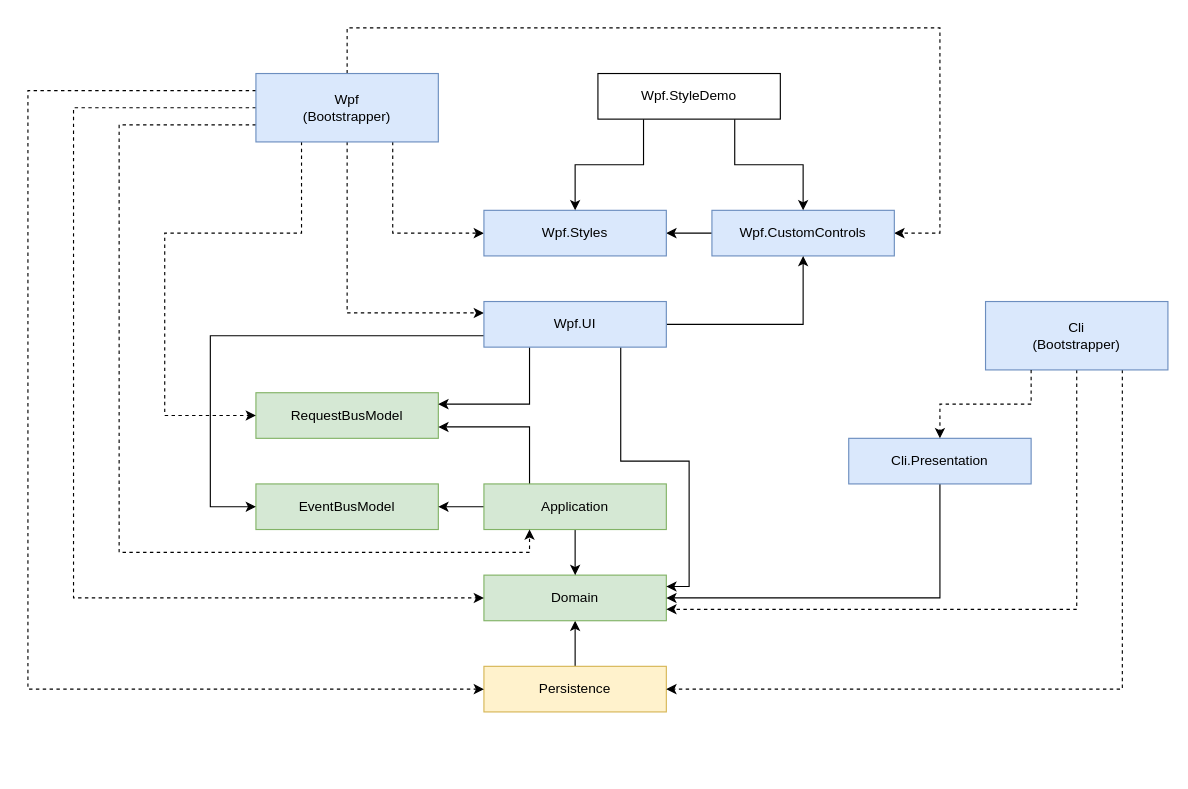
This is doc/architecture.drawio from lastunicorn/MedicX, a draw.io file, before an edit. Source tidied: cells renumbered, new cells numbered last; positions are measured from the earlier drawing's top-left corner, leaving out a move shared by most shapes. Both pictures are drawn from the tidied source at 114%, with x=0, y=0 at pixel (27, 27).
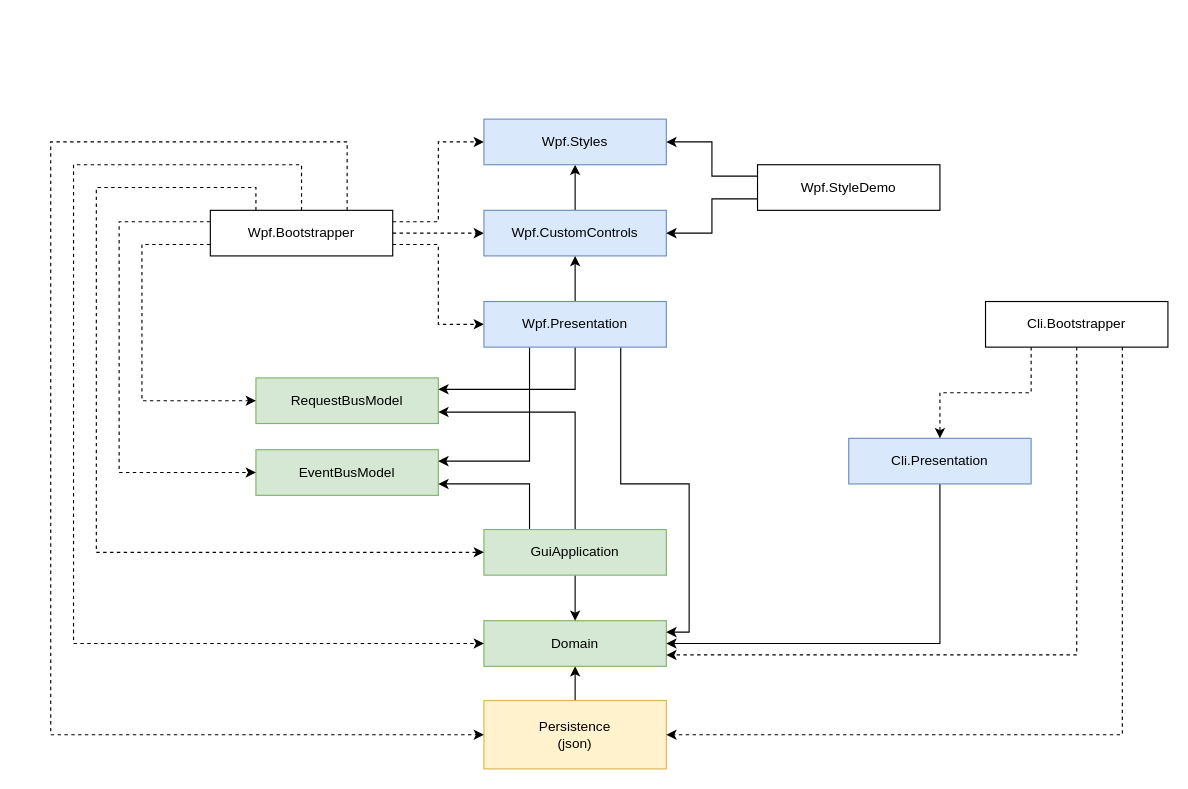
The same diagram, later.

The edit, as a diff of the source:
```diff
@@
-    <mxCell id="3" value="Persistence" style="rounded=0;whiteSpace=wrap;html=1;fillColor=#fff2cc;strokeColor=#d6b656;" parent="1" vertex="1">
-      <mxGeometry x="400" y="560" width="160" height="40" as="geometry" />
+    <mxCell id="3" value="Persistence&lt;br&gt;(json)" style="rounded=0;whiteSpace=wrap;html=1;fillColor=#fff2cc;strokeColor=#d6b656;" parent="1" vertex="1">
+      <mxGeometry x="400" y="590" width="160" height="60" as="geometry" />
     </mxCell>
     <mxCell id="4" value="Domain" style="rounded=0;whiteSpace=wrap;html=1;fillColor=#d5e8d4;strokeColor=#82b366;" parent="1" vertex="1">
-      <mxGeometry x="400" y="480" width="160" height="40" as="geometry" />
+      <mxGeometry x="400" y="520" width="160" height="40" as="geometry" />
     </mxCell>
     <mxCell id="5" value="EventBusModel" style="rounded=0;whiteSpace=wrap;html=1;fillColor=#d5e8d4;strokeColor=#82b366;" parent="1" vertex="1">
-      <mxGeometry x="200" y="400" width="160" height="40" as="geometry" />
+      <mxGeometry x="200" y="370" width="160" height="40" as="geometry" />
     </mxCell>
     <mxCell id="6" value="RequestBusModel" style="rounded=0;whiteSpace=wrap;html=1;fillColor=#d5e8d4;strokeColor=#82b366;" parent="1" vertex="1">
-      <mxGeometry x="200" y="320" width="160" height="40" as="geometry" />
+      <mxGeometry x="200" y="307" width="160" height="40" as="geometry" />
     </mxCell>
@@
-    <mxCell id="8" style="edgeStyle=orthogonalEdgeStyle;rounded=0;jettySize=auto;html=1;exitX=0.25;exitY=0;exitDx=0;exitDy=0;entryX=1;entryY=0.75;entryDx=0;entryDy=0;" parent="1" edge="1" source="10" target="6">
+    <mxCell id="8" style="edgeStyle=orthogonalEdgeStyle;rounded=0;jettySize=auto;html=1;exitX=0.5;exitY=0;exitDx=0;exitDy=0;entryX=1;entryY=0.75;entryDx=0;entryDy=0;" parent="1" edge="1" source="10" target="6">
       <mxGeometry relative="1" as="geometry" />
     </mxCell>
-    <mxCell id="9" style="edgeStyle=orthogonalEdgeStyle;rounded=0;jettySize=auto;html=1;exitX=0;exitY=0.5;exitDx=0;exitDy=0;entryX=1;entryY=0.5;entryDx=0;entryDy=0;" parent="1" edge="1" source="10" target="5">
+    <mxCell id="9" style="edgeStyle=orthogonalEdgeStyle;rounded=0;jettySize=auto;html=1;exitX=0.25;exitY=0;exitDx=0;exitDy=0;entryX=1;entryY=0.75;entryDx=0;entryDy=0;" parent="1" edge="1" source="10" target="5">
       <mxGeometry relative="1" as="geometry" />
     </mxCell>
-    <mxCell id="10" value="Application" style="rounded=0;whiteSpace=wrap;html=1;fillColor=#d5e8d4;strokeColor=#82b366;" parent="1" vertex="1">
-      <mxGeometry x="400" y="400" width="160" height="40" as="geometry" />
+    <mxCell id="10" value="GuiApplication" style="rounded=0;whiteSpace=wrap;html=1;fillColor=#d5e8d4;strokeColor=#82b366;" parent="1" vertex="1">
+      <mxGeometry x="400" y="440" width="160" height="40" as="geometry" />
     </mxCell>
@@
-    <mxCell id="13" value="Cli&lt;br&gt;(Bootstrapper)" style="rounded=0;whiteSpace=wrap;html=1;fillColor=#dae8fc;strokeColor=#6c8ebf;" parent="1" vertex="1">
-      <mxGeometry x="840" y="240" width="160" height="60" as="geometry" />
+    <mxCell id="13" value="Cli.Bootstrapper" style="rounded=0;whiteSpace=wrap;html=1;" parent="1" vertex="1">
+      <mxGeometry x="840" y="240" width="160" height="40" as="geometry" />
     </mxCell>
-    <mxCell id="14" style="edgeStyle=orthogonalEdgeStyle;rounded=0;jettySize=auto;html=1;exitX=0;exitY=0.75;exitDx=0;exitDy=0;entryX=0.25;entryY=1;entryDx=0;entryDy=0;dashed=1;" parent="1" edge="1" source="21" target="10">
+    <mxCell id="14" style="edgeStyle=orthogonalEdgeStyle;rounded=0;jettySize=auto;html=1;exitX=0.25;exitY=0;exitDx=0;exitDy=0;entryX=0;entryY=0.5;entryDx=0;entryDy=0;dashed=1;" parent="1" edge="1" source="21" target="10">
       <mxGeometry relative="1" as="geometry">
         <Array as="points">
-          <mxPoint x="80" y="85" />
-          <mxPoint x="80" y="460" />
-          <mxPoint x="440" y="460" />
+          <mxPoint x="200" y="140" />
+          <mxPoint x="60" y="140" />
+          <mxPoint x="60" y="460" />
         </Array>
       </mxGeometry>
     </mxCell>
-    <mxCell id="15" style="edgeStyle=orthogonalEdgeStyle;rounded=0;jettySize=auto;html=1;exitX=0;exitY=0.5;exitDx=0;exitDy=0;entryX=0;entryY=0.5;entryDx=0;entryDy=0;dashed=1;" parent="1" edge="1" source="21" target="4">
+    <mxCell id="15" style="edgeStyle=orthogonalEdgeStyle;rounded=0;jettySize=auto;html=1;exitX=0.5;exitY=0;exitDx=0;exitDy=0;entryX=0;entryY=0.5;entryDx=0;entryDy=0;dashed=1;" parent="1" edge="1" source="21" target="4">
       <mxGeometry relative="1" as="geometry">
         <Array as="points">
-          <mxPoint x="40" y="70" />
-          <mxPoint x="40" y="500" />
+          <mxPoint x="240" y="120" />
+          <mxPoint x="40" y="120" />
+          <mxPoint x="40" y="540" />
         </Array>
       </mxGeometry>
     </mxCell>
-    <mxCell id="16" style="edgeStyle=orthogonalEdgeStyle;rounded=0;jettySize=auto;html=1;exitX=0;exitY=0.25;exitDx=0;exitDy=0;entryX=0;entryY=0.5;entryDx=0;entryDy=0;dashed=1;" parent="1" edge="1" source="21" target="3">
+    <mxCell id="16" style="edgeStyle=orthogonalEdgeStyle;rounded=0;jettySize=auto;html=1;entryX=0;entryY=0.5;entryDx=0;entryDy=0;dashed=1;exitX=0.75;exitY=0;exitDx=0;exitDy=0;" parent="1" edge="1" source="21" target="3">
       <mxGeometry relative="1" as="geometry">
         <Array as="points">
-          <mxPoint y="55" />
-          <mxPoint y="580" />
+          <mxPoint x="280" y="100" />
+          <mxPoint x="20" y="100" />
+          <mxPoint x="20" y="620" />
         </Array>
       </mxGeometry>
     </mxCell>
-    <mxCell id="17" style="edgeStyle=orthogonalEdgeStyle;rounded=0;jettySize=auto;html=1;exitX=0.25;exitY=1;exitDx=0;exitDy=0;entryX=0;entryY=0.5;entryDx=0;entryDy=0;dashed=1;" parent="1" edge="1" source="21" target="6">
+    <mxCell id="17" style="edgeStyle=orthogonalEdgeStyle;rounded=0;jettySize=auto;html=1;exitX=0;exitY=0.75;exitDx=0;exitDy=0;entryX=0;entryY=0.5;entryDx=0;entryDy=0;dashed=1;" parent="1" edge="1" source="21" target="6">
       <mxGeometry relative="1" as="geometry">
         <Array as="points">
-          <mxPoint x="240" y="180" />
-          <mxPoint x="120" y="180" />
-          <mxPoint x="120" y="340" />
+          <mxPoint x="100" y="190" />
+          <mxPoint x="100" y="327" />
         </Array>
       </mxGeometry>
     </mxCell>
-    <mxCell id="18" style="edgeStyle=orthogonalEdgeStyle;rounded=0;jettySize=auto;html=1;exitX=0.5;exitY=0;exitDx=0;exitDy=0;entryX=1;entryY=0.5;entryDx=0;entryDy=0;dashed=1;" parent="1" edge="1" source="21" target="23">
+    <mxCell id="18" style="edgeStyle=orthogonalEdgeStyle;rounded=0;jettySize=auto;html=1;exitX=1;exitY=0.5;exitDx=0;exitDy=0;entryX=0;entryY=0.5;entryDx=0;entryDy=0;dashed=1;" parent="1" edge="1" source="21" target="23">
       <mxGeometry relative="1" as="geometry">
         <Array as="points">
-          <mxPoint x="280" />
-          <mxPoint x="800" />
-          <mxPoint x="800" y="180" />
+          <mxPoint x="340" y="180" />
+          <mxPoint x="340" y="180" />
         </Array>
       </mxGeometry>
     </mxCell>
-    <mxCell id="19" style="edgeStyle=orthogonalEdgeStyle;rounded=0;jettySize=auto;html=1;exitX=0.75;exitY=1;exitDx=0;exitDy=0;entryX=0;entryY=0.5;entryDx=0;entryDy=0;dashed=1;" parent="1" edge="1" source="21" target="24">
+    <mxCell id="19" style="edgeStyle=orthogonalEdgeStyle;rounded=0;jettySize=auto;html=1;exitX=1;exitY=0.25;exitDx=0;exitDy=0;entryX=0;entryY=0.5;entryDx=0;entryDy=0;dashed=1;" parent="1" edge="1" source="21" target="24">
       <mxGeometry relative="1" as="geometry" />
     </mxCell>
-    <mxCell id="20" style="edgeStyle=orthogonalEdgeStyle;rounded=0;jettySize=auto;html=1;exitX=0.5;exitY=1;exitDx=0;exitDy=0;entryX=0;entryY=0.25;entryDx=0;entryDy=0;dashed=1;" parent="1" edge="1" source="21" target="29">
-      <mxGeometry relative="1" as="geometry" />
+    <mxCell id="20" style="edgeStyle=orthogonalEdgeStyle;rounded=0;jettySize=auto;html=1;exitX=1;exitY=0.75;exitDx=0;exitDy=0;entryX=0;entryY=0.5;entryDx=0;entryDy=0;dashed=1;" parent="1" edge="1" source="21" target="29">
+      <mxGeometry relative="1" as="geometry">
+        <Array as="points">
+          <mxPoint x="360" y="190" />
+          <mxPoint x="360" y="260" />
+        </Array>
+      </mxGeometry>
     </mxCell>
+    <mxCell id="36" style="edgeStyle=orthogonalEdgeStyle;rounded=0;jettySize=auto;html=1;exitX=0;exitY=0.25;exitDx=0;exitDy=0;entryX=0;entryY=0.5;entryDx=0;entryDy=0;dashed=1;" parent="1" edge="1" source="21" target="5">
+      <mxGeometry relative="1" as="geometry">
+        <Array as="points">
+          <mxPoint x="80" y="170" />
+          <mxPoint x="80" y="390" />
+        </Array>
+      </mxGeometry>
+    </mxCell>
-    <mxCell id="21" value="Wpf&lt;br&gt;(Bootstrapper)" style="rounded=0;whiteSpace=wrap;html=1;fillColor=#dae8fc;strokeColor=#6c8ebf;" parent="1" vertex="1">
-      <mxGeometry x="200" y="40" width="160" height="60" as="geometry" />
+    <mxCell id="21" value="Wpf.Bootstrapper" style="rounded=0;whiteSpace=wrap;html=1;" parent="1" vertex="1">
+      <mxGeometry x="160" y="160" width="160" height="40" as="geometry" />
     </mxCell>
-    <mxCell id="22" style="edgeStyle=orthogonalEdgeStyle;rounded=0;jettySize=auto;html=1;exitX=0;exitY=0.5;exitDx=0;exitDy=0;entryX=1;entryY=0.5;entryDx=0;entryDy=0;" parent="1" edge="1" source="23" target="24">
+    <mxCell id="22" style="edgeStyle=orthogonalEdgeStyle;rounded=0;jettySize=auto;html=1;exitX=0.5;exitY=0;exitDx=0;exitDy=0;entryX=0.5;entryY=1;entryDx=0;entryDy=0;" parent="1" edge="1" source="23" target="24">
       <mxGeometry relative="1" as="geometry" />
     </mxCell>
     <mxCell id="23" value="Wpf.CustomControls" style="rounded=0;whiteSpace=wrap;html=1;fillColor=#dae8fc;strokeColor=#6c8ebf;" parent="1" vertex="1">
-      <mxGeometry x="600" y="160" width="160" height="40" as="geometry" />
+      <mxGeometry x="400" y="160" width="160" height="40" as="geometry" />
     </mxCell>
     <mxCell id="24" value="Wpf.Styles" style="rounded=0;whiteSpace=wrap;html=1;fillColor=#dae8fc;strokeColor=#6c8ebf;" parent="1" vertex="1">
-      <mxGeometry x="400" y="160" width="160" height="40" as="geometry" />
+      <mxGeometry x="400" y="80" width="160" height="40" as="geometry" />
     </mxCell>
-    <mxCell id="25" style="edgeStyle=orthogonalEdgeStyle;rounded=0;jettySize=auto;html=1;entryX=0;entryY=0.5;entryDx=0;entryDy=0;exitX=0;exitY=0.75;exitDx=0;exitDy=0;" parent="1" edge="1" source="29" target="5">
-      <mxGeometry relative="1" as="geometry">
-        <Array as="points">
-          <mxPoint x="160" y="270" />
-          <mxPoint x="160" y="420" />
-        </Array>
-      </mxGeometry>
+    <mxCell id="25" style="edgeStyle=orthogonalEdgeStyle;rounded=0;jettySize=auto;html=1;exitX=0.25;exitY=1;exitDx=0;exitDy=0;entryX=1;entryY=0.25;entryDx=0;entryDy=0;" parent="1" edge="1" source="29" target="5">
+      <mxGeometry relative="1" as="geometry" />
     </mxCell>
-    <mxCell id="26" style="edgeStyle=orthogonalEdgeStyle;rounded=0;jettySize=auto;html=1;exitX=0.25;exitY=1;exitDx=0;exitDy=0;entryX=1;entryY=0.25;entryDx=0;entryDy=0;" parent="1" edge="1" source="29" target="6">
+    <mxCell id="26" style="edgeStyle=orthogonalEdgeStyle;rounded=0;jettySize=auto;html=1;exitX=0.5;exitY=1;exitDx=0;exitDy=0;entryX=1;entryY=0.25;entryDx=0;entryDy=0;" parent="1" edge="1" source="29" target="6">
       <mxGeometry relative="1" as="geometry" />
     </mxCell>
@@
-    <mxCell id="28" style="edgeStyle=orthogonalEdgeStyle;rounded=0;jettySize=auto;html=1;exitX=1;exitY=0.5;exitDx=0;exitDy=0;entryX=0.5;entryY=1;entryDx=0;entryDy=0;" parent="1" edge="1" source="29" target="23">
+    <mxCell id="28" style="edgeStyle=orthogonalEdgeStyle;rounded=0;jettySize=auto;html=1;exitX=0.5;exitY=0;exitDx=0;exitDy=0;entryX=0.5;entryY=1;entryDx=0;entryDy=0;" parent="1" edge="1" source="29" target="23">
       <mxGeometry relative="1" as="geometry" />
     </mxCell>
-    <mxCell id="29" value="Wpf.UI" style="rounded=0;whiteSpace=wrap;html=1;fillColor=#dae8fc;strokeColor=#6c8ebf;" parent="1" vertex="1">
+    <mxCell id="29" value="Wpf.Presentation" style="rounded=0;whiteSpace=wrap;html=1;fillColor=#dae8fc;strokeColor=#6c8ebf;" parent="1" vertex="1">
       <mxGeometry x="400" y="240" width="160" height="40" as="geometry" />
     </mxCell>
-    <mxCell id="30" style="edgeStyle=orthogonalEdgeStyle;rounded=0;jettySize=auto;html=1;exitX=0.75;exitY=1;exitDx=0;exitDy=0;" parent="1" edge="1" source="32" target="23">
+    <mxCell id="30" style="edgeStyle=orthogonalEdgeStyle;rounded=0;jettySize=auto;html=1;exitX=0;exitY=0.75;exitDx=0;exitDy=0;entryX=1;entryY=0.5;entryDx=0;entryDy=0;" parent="1" edge="1" source="32" target="23">
       <mxGeometry relative="1" as="geometry" />
     </mxCell>
-    <mxCell id="31" style="edgeStyle=orthogonalEdgeStyle;rounded=0;jettySize=auto;html=1;exitX=0.25;exitY=1;exitDx=0;exitDy=0;entryX=0.5;entryY=0;entryDx=0;entryDy=0;" parent="1" edge="1" source="32" target="24">
+    <mxCell id="31" style="edgeStyle=orthogonalEdgeStyle;rounded=0;jettySize=auto;html=1;exitX=0;exitY=0.25;exitDx=0;exitDy=0;entryX=1;entryY=0.5;entryDx=0;entryDy=0;" parent="1" edge="1" source="32" target="24">
       <mxGeometry relative="1" as="geometry" />
     </mxCell>
     <mxCell id="32" value="Wpf.StyleDemo" style="rounded=0;whiteSpace=wrap;html=1;" parent="1" vertex="1">
-      <mxGeometry x="500" y="40" width="160" height="40" as="geometry" />
+      <mxGeometry x="640" y="120" width="160" height="40" as="geometry" />
     </mxCell>
```
